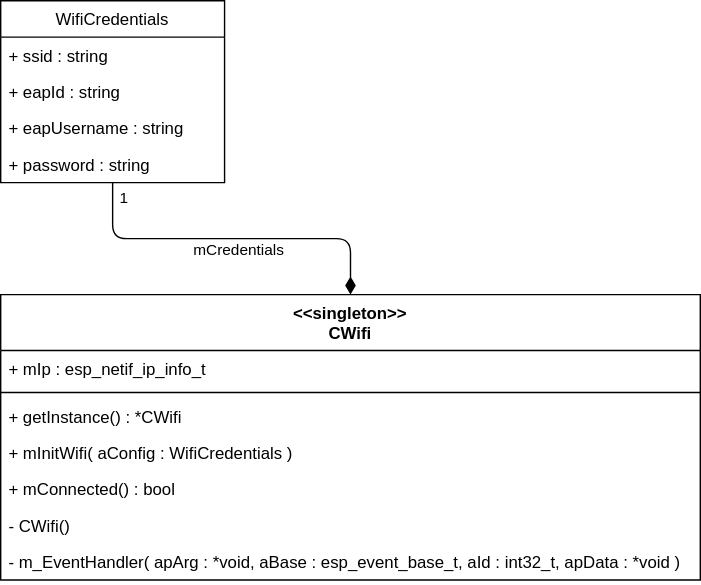
This is uml/wifi-network-stack.drawio.svg from SenseBoxTI/FirmwareDesign, a draw.io export, as it was before one commit. Source tidied: cells renumbered, new cells last; positions are measured from the earlier drawing's top-left corner, leaving out a move shared by most shapes.
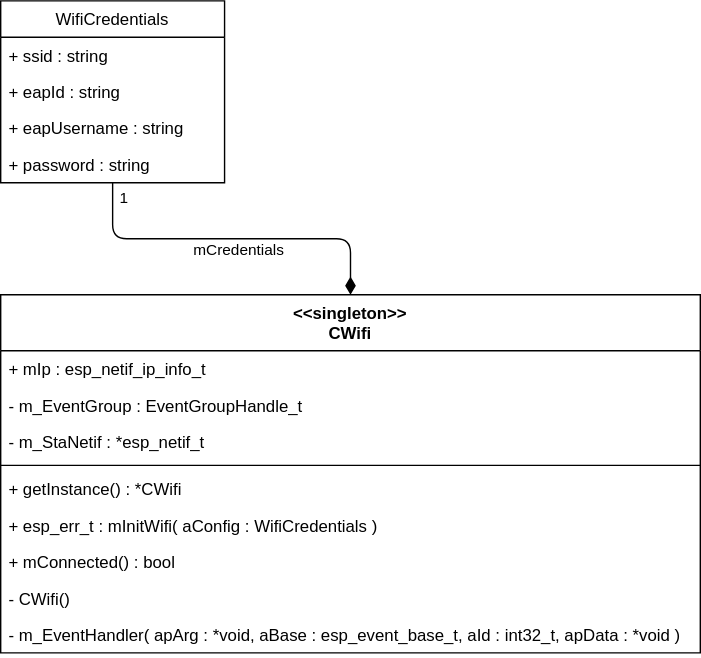
After the commit.

Commit message:
add required properties

Diff of the diagram source:
```diff
@@ -3,28 +3,34 @@
     <mxCell id="0" />
     <mxCell id="1" parent="0" />
     <mxCell id="2" value="&lt;&lt;singleton&gt;&gt;&#10;CWifi" style="swimlane;fontStyle=1;align=center;verticalAlign=top;horizontal=1;startSize=40;" parent="1" vertex="1">
-      <mxGeometry y="210" width="500" height="204" as="geometry" />
+      <mxGeometry y="210" width="500" height="256" as="geometry" />
     </mxCell>
     <mxCell id="3" value="+ mIp : esp_netif_ip_info_t" style="text;strokeColor=none;fillColor=none;align=left;verticalAlign=top;spacingLeft=4;spacingRight=4;overflow=hidden;" parent="2" vertex="1">
       <mxGeometry y="40" width="500" height="26" as="geometry" />
     </mxCell>
+    <mxCell id="18" value="- m_EventGroup : EventGroupHandle_t" style="text;strokeColor=none;fillColor=none;align=left;verticalAlign=top;spacingLeft=4;spacingRight=4;overflow=hidden;" parent="2" vertex="1">
+      <mxGeometry y="66" width="500" height="26" as="geometry" />
+    </mxCell>
+    <mxCell id="19" value="- m_StaNetif : *esp_netif_t" style="text;strokeColor=none;fillColor=none;align=left;verticalAlign=top;spacingLeft=4;spacingRight=4;overflow=hidden;" parent="2" vertex="1">
+      <mxGeometry y="92" width="500" height="26" as="geometry" />
+    </mxCell>
     <mxCell id="4" style="line;strokeWidth=1;fillColor=none;align=left;verticalAlign=middle;spacingTop=-1;spacingLeft=3;spacingRight=3;labelPosition=right;" parent="2" vertex="1">
-      <mxGeometry y="66" width="500" height="8" as="geometry" />
+      <mxGeometry y="118" width="500" height="8" as="geometry" />
     </mxCell>
     <mxCell id="5" value="+ getInstance() : *CWifi" style="text;strokeColor=none;fillColor=none;align=left;verticalAlign=top;spacingLeft=4;spacingRight=4;overflow=hidden;" parent="2" vertex="1">
-      <mxGeometry y="74" width="500" height="26" as="geometry" />
+      <mxGeometry y="126" width="500" height="26" as="geometry" />
     </mxCell>
-    <mxCell id="6" value="+ mInitWifi( aConfig : WifiCredentials )" style="text;strokeColor=none;fillColor=none;align=left;verticalAlign=top;spacingLeft=4;spacingRight=4;overflow=hidden;" parent="2" vertex="1">
-      <mxGeometry y="100" width="500" height="26" as="geometry" />
+    <mxCell id="6" value="+ esp_err_t : mInitWifi( aConfig : WifiCredentials )" style="text;strokeColor=none;fillColor=none;align=left;verticalAlign=top;spacingLeft=4;spacingRight=4;overflow=hidden;" parent="2" vertex="1">
+      <mxGeometry y="152" width="500" height="26" as="geometry" />
     </mxCell>
     <mxCell id="7" value="+ mConnected() : bool" style="text;strokeColor=none;fillColor=none;align=left;verticalAlign=top;spacingLeft=4;spacingRight=4;overflow=hidden;" parent="2" vertex="1">
-      <mxGeometry y="126" width="500" height="26" as="geometry" />
+      <mxGeometry y="178" width="500" height="26" as="geometry" />
     </mxCell>
     <mxCell id="8" value="- CWifi()" style="text;strokeColor=none;fillColor=none;align=left;verticalAlign=top;spacingLeft=4;spacingRight=4;overflow=hidden;" parent="2" vertex="1">
-      <mxGeometry y="152" width="500" height="26" as="geometry" />
+      <mxGeometry y="204" width="500" height="26" as="geometry" />
     </mxCell>
-    <mxCell id="9" value="- m_EventHandler( apArg : *void, aBase : esp_event_base_t, aId : int32_t, apData : *void )" style="text;strokeColor=none;fillColor=none;align=left;verticalAlign=top;spacingLeft=4;spacingRight=4;overflow=hidden;" parent="2" vertex="1">
-      <mxGeometry y="178" width="500" height="26" as="geometry" />
+    <mxCell id="9" value="- m_EventHandler( apArg : *void, aBase : esp_event_base_t, aId : int32_t, apData : *void )" style="text;strokeColor=none;fillColor=none;align=left;verticalAlign=top;spacingLeft=4;spacingRight=4;overflow=hidden;fontStyle=0;" parent="2" vertex="1">
+      <mxGeometry y="230" width="500" height="26" as="geometry" />
     </mxCell>
     <mxCell id="10" style="edgeStyle=orthogonalEdgeStyle;html=1;endArrow=diamondThin;endFill=1;startSize=6;endSize=10;" parent="1" edge="1" source="13" target="2">
       <mxGeometry relative="1" as="geometry" />
```
